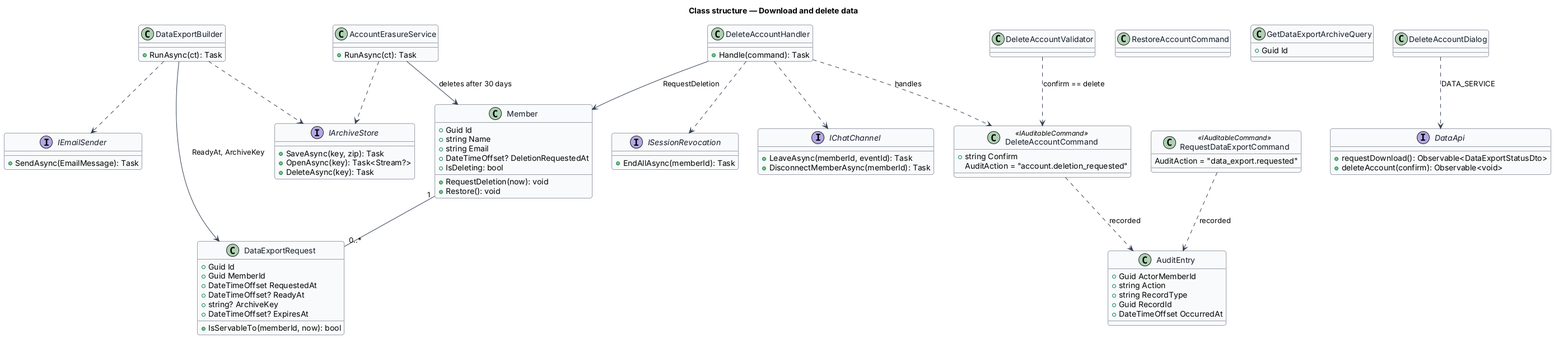
Above: docs/detailed-designs/preferences/download-and-delete-data/diagrams/class.png in QuinntyneBrown/christian-fitness (PlantUML), before the change. The source it was exported from:
```plantuml
@startuml
skinparam backgroundColor #FFFFFF
skinparam shadowing false
skinparam roundcorner 8
skinparam defaultFontName Arial
skinparam ArrowColor #344054
skinparam class {
  BorderColor #344054
  FontColor #101828
  BackgroundColor #F9FAFB
}
title Class structure — Download and delete data

class Member {
  +Guid Id
  +string Name
  +string Email
  +DateTimeOffset? DeletionRequestedAt
  +RequestDeletion(now): void
  +Restore(): void
  +IsDeleting: bool
}
class DataExportRequest {
  +Guid Id
  +Guid MemberId
  +DateTimeOffset RequestedAt
  +DateTimeOffset? ReadyAt
  +string? ArchiveKey
  +DateTimeOffset? ExpiresAt
  +IsServableTo(memberId, now): bool
}
class RequestDataExportCommand <<IAuditableCommand>> {
  AuditAction = "data_export.requested"
}
class DeleteAccountCommand <<IAuditableCommand>> {
  +string Confirm
  AuditAction = "account.deletion_requested"
}
class DeleteAccountValidator
class DeleteAccountHandler {
  +Handle(command): Task
}
class RestoreAccountCommand
class GetDataExportArchiveQuery {
  +Guid Id
}
class DataExportBuilder {
  +RunAsync(ct): Task
}
class AccountErasureService {
  +RunAsync(ct): Task
}
interface IArchiveStore {
  +SaveAsync(key, zip): Task
  +OpenAsync(key): Task<Stream?>
  +DeleteAsync(key): Task
}
interface ISessionRevocation {
  +EndAllAsync(memberId): Task
}
interface IChatChannel {
  +LeaveAsync(memberId, eventId): Task
  +DisconnectMemberAsync(memberId): Task
}
interface IEmailSender {
  +SendAsync(EmailMessage): Task
}
class AuditEntry {
  +Guid ActorMemberId
  +string Action
  +string RecordType
  +Guid RecordId
  +DateTimeOffset OccurredAt
}
interface DataApi {
  +requestDownload(): Observable<DataExportStatusDto>
  +deleteAccount(confirm): Observable<void>
}
class DeleteAccountDialog
Member "1" -- "0..*" DataExportRequest
DeleteAccountHandler ..> DeleteAccountCommand : handles
DeleteAccountValidator ..> DeleteAccountCommand : "confirm == delete"
DeleteAccountHandler --> Member : RequestDeletion
DeleteAccountHandler ..> ISessionRevocation
DeleteAccountHandler ..> IChatChannel
DataExportBuilder --> DataExportRequest : ReadyAt, ArchiveKey
DataExportBuilder ..> IArchiveStore
DataExportBuilder ..> IEmailSender
AccountErasureService --> Member : deletes after 30 days
AccountErasureService ..> IArchiveStore
RequestDataExportCommand ..> AuditEntry : recorded
DeleteAccountCommand ..> AuditEntry : recorded
DeleteAccountDialog ..> DataApi : DATA_SERVICE
@enduml
```
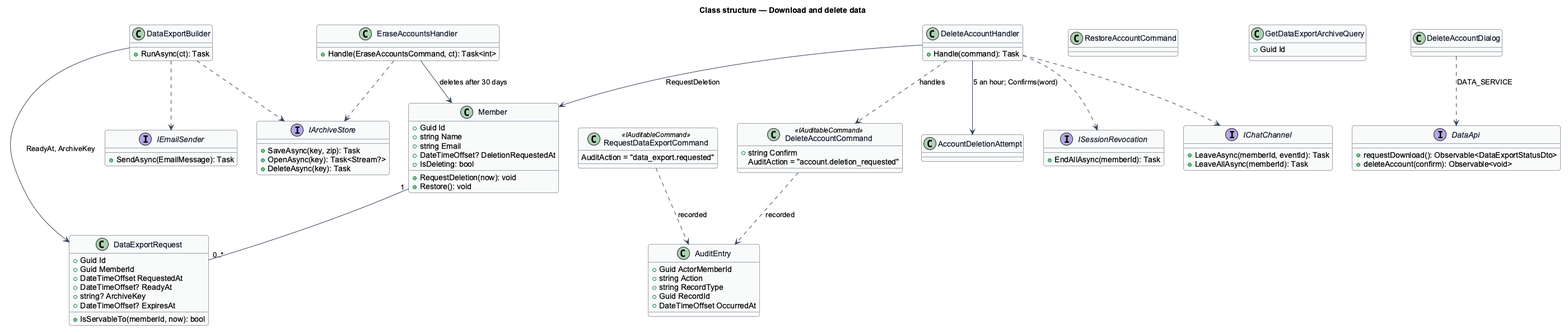
After the change.

The edit, as a diff of the source:
```diff
@@ -36,7 +36,7 @@
   +string Confirm
   AuditAction = "account.deletion_requested"
 }
-class DeleteAccountValidator
+class AccountDeletionAttempt
 class DeleteAccountHandler {
   +Handle(command): Task
 }
@@ -47,8 +47,8 @@
 class DataExportBuilder {
   +RunAsync(ct): Task
 }
-class AccountErasureService {
-  +RunAsync(ct): Task
+class EraseAccountsHandler {
+  +Handle(EraseAccountsCommand, ct): Task<int>
 }
 interface IArchiveStore {
   +SaveAsync(key, zip): Task
@@ -60,7 +60,7 @@
 }
 interface IChatChannel {
   +LeaveAsync(memberId, eventId): Task
-  +DisconnectMemberAsync(memberId): Task
+  +LeaveAllAsync(memberId): Task
 }
 interface IEmailSender {
   +SendAsync(EmailMessage): Task
@@ -79,15 +79,15 @@
 class DeleteAccountDialog
 Member "1" -- "0..*" DataExportRequest
 DeleteAccountHandler ..> DeleteAccountCommand : handles
-DeleteAccountValidator ..> DeleteAccountCommand : "confirm == delete"
+DeleteAccountHandler --> AccountDeletionAttempt : "5 an hour; Confirms(word)"
 DeleteAccountHandler --> Member : RequestDeletion
 DeleteAccountHandler ..> ISessionRevocation
 DeleteAccountHandler ..> IChatChannel
 DataExportBuilder --> DataExportRequest : ReadyAt, ArchiveKey
 DataExportBuilder ..> IArchiveStore
 DataExportBuilder ..> IEmailSender
-AccountErasureService --> Member : deletes after 30 days
-AccountErasureService ..> IArchiveStore
+EraseAccountsHandler --> Member : deletes after 30 days
+EraseAccountsHandler ..> IArchiveStore
 RequestDataExportCommand ..> AuditEntry : recorded
 DeleteAccountCommand ..> AuditEntry : recorded
 DeleteAccountDialog ..> DataApi : DATA_SERVICE
```
